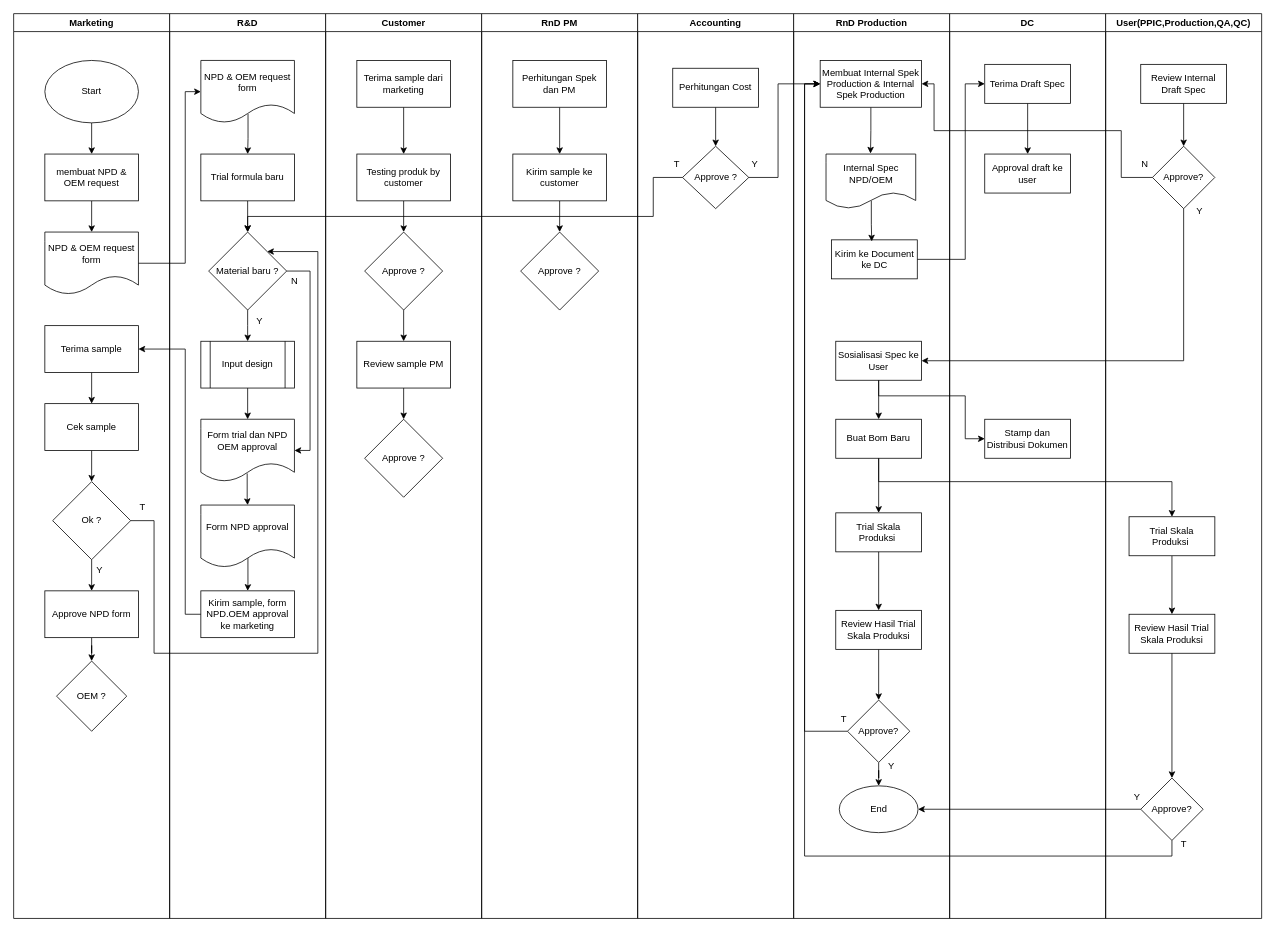
This is page "Copy of SOP R&D New Product Launch (Biscuit)" (16 of 19) of SOP Agro.drawio from wilhelmus098/pf, a draw.io file, before an edit. Source tidied: cells renumbered, new cells numbered last; positions are measured from the earlier drawing's top-left corner, leaving out a move shared by most shapes. Both pictures are drawn from the tidied source at 78%, with x=0, y=0 at pixel (13, 13).
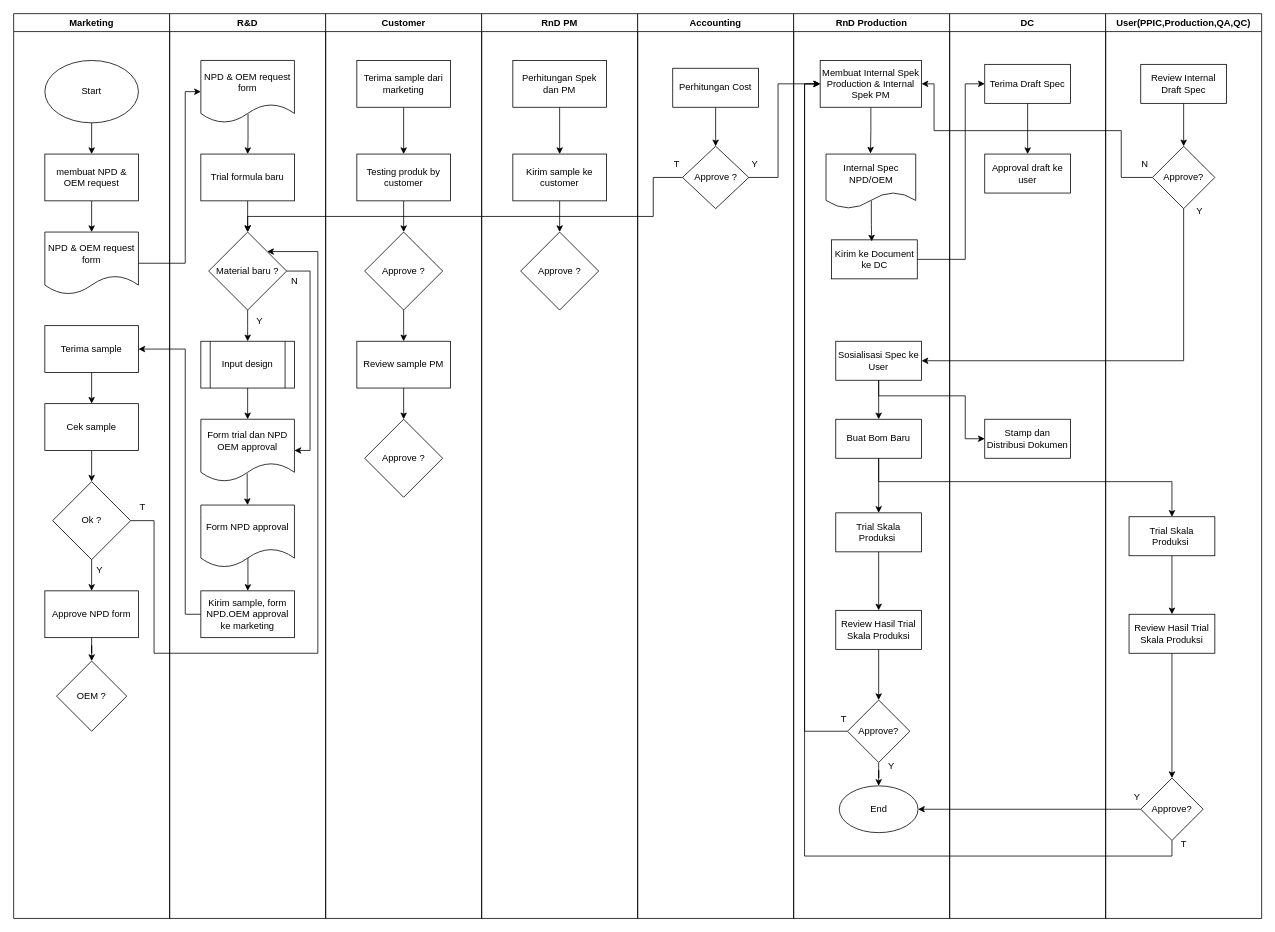
Above is the later version.

Unchanged cells that the change refers to:
```xml
<mxCell id="61" value="RnD Production" style="swimlane;whiteSpace=wrap;html=1;startSize=23;" parent="1" vertex="1">
  <mxGeometry x="1000" width="200" height="1160" as="geometry" />
</mxCell>
```

What changed in the source:
```diff
@@
-    <mxCell id="63" value="Membuat Internal Spek Production &amp;amp; Internal Spek Production" style="rounded=0;whiteSpace=wrap;html=1;" parent="61" vertex="1">
+    <mxCell id="63" value="Membuat Internal Spek Production &amp;amp; Internal Spek PM" style="rounded=0;whiteSpace=wrap;html=1;" parent="61" vertex="1">
       <mxGeometry x="34" y="60" width="130" height="60" as="geometry" />
     </mxCell>
```
